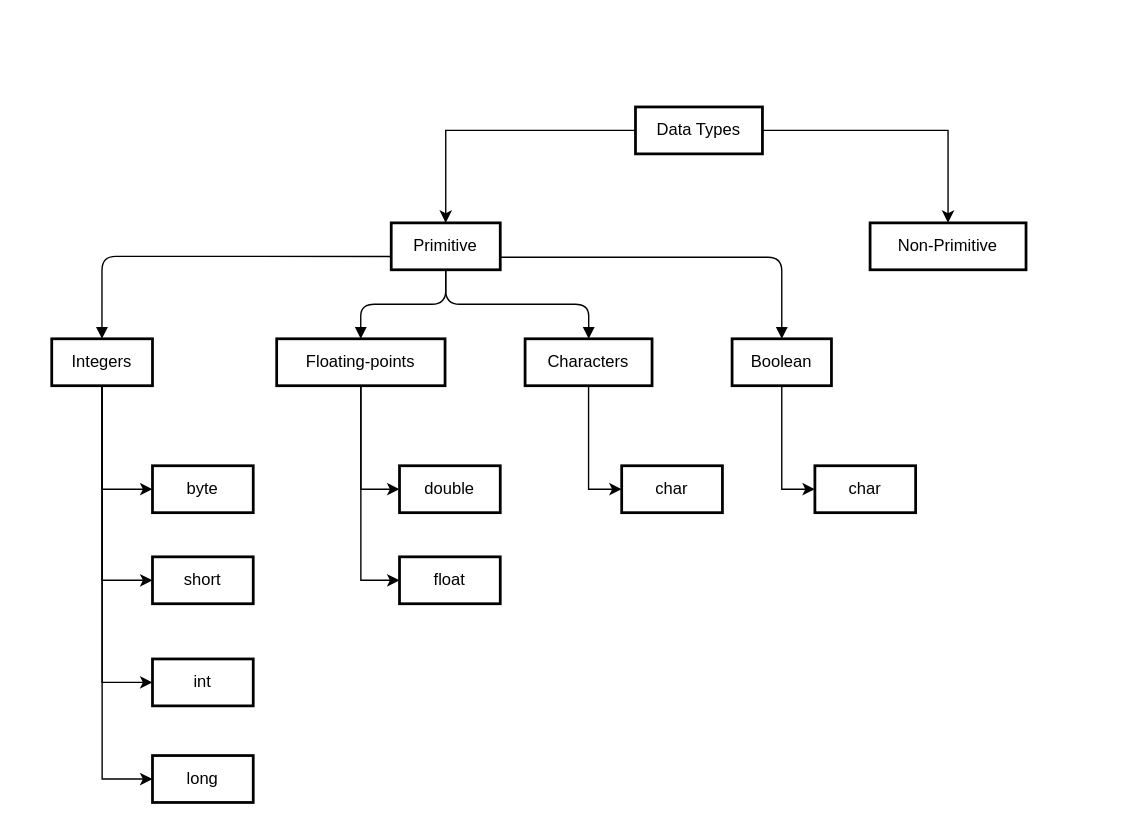
Before: Untitled Diagram.drawio in chitrasem/CodingWithChitra, a draw.io diagram. Source tidied: cells renumbered, new cells numbered last; positions are measured from the earlier drawing's top-left corner, leaving out a move shared by most shapes. Both pictures are drawn from the tidied source at 138%, with x=0, y=0 at pixel (51, 106).
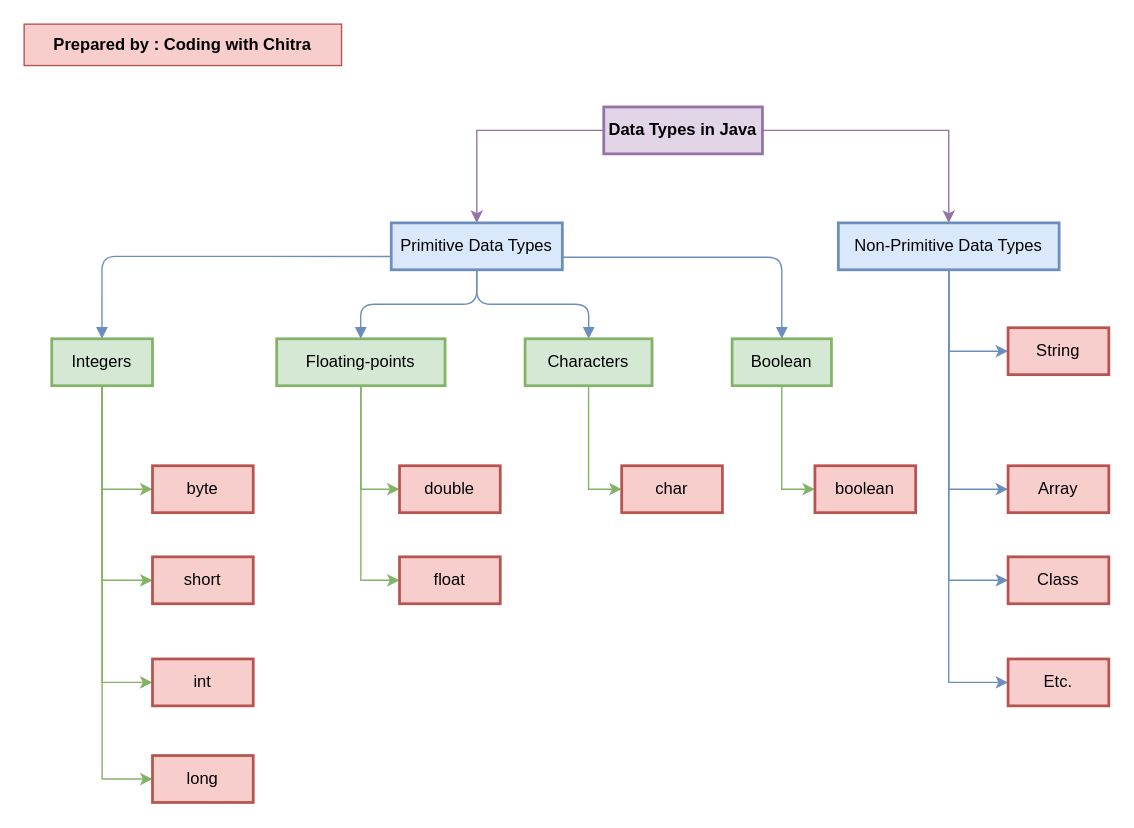
Above is the later version.

What changed in the source:
```diff
@@
-<mxGraphModel>
+<mxGraphModel background="#FFFFFF">
@@
-    <mxCell id="2" style="edgeStyle=orthogonalEdgeStyle;rounded=0;jettySize=auto;html=1;entryX=0.5;entryY=0;entryDx=0;entryDy=0;exitX=0;exitY=0.5;exitDx=0;exitDy=0;flowAnimation=1;" parent="1" edge="1" source="4" target="5">
+    <mxCell id="2" style="edgeStyle=orthogonalEdgeStyle;rounded=0;jettySize=auto;html=1;entryX=0.5;entryY=0;entryDx=0;entryDy=0;exitX=0;exitY=0.5;exitDx=0;exitDy=0;flowAnimation=1;fillColor=#e1d5e7;strokeColor=#9673a6;" parent="1" edge="1" source="4" target="5">
       <mxGeometry relative="1" as="geometry" />
     </mxCell>
-    <mxCell id="3" style="edgeStyle=orthogonalEdgeStyle;rounded=0;jettySize=auto;html=1;entryX=0.5;entryY=0;entryDx=0;entryDy=0;flowAnimation=1;" parent="1" edge="1" source="4" target="18">
+    <mxCell id="3" style="edgeStyle=orthogonalEdgeStyle;rounded=0;jettySize=auto;html=1;entryX=0.5;entryY=0;entryDx=0;entryDy=0;flowAnimation=1;fillColor=#e1d5e7;strokeColor=#9673a6;" parent="1" edge="1" source="4" target="18">
       <mxGeometry relative="1" as="geometry" />
     </mxCell>
-    <mxCell id="4" value="Data Types" style="whiteSpace=wrap;strokeWidth=2;" parent="1" vertex="1">
-      <mxGeometry x="423" width="92" height="34" as="geometry" />
+    <mxCell id="4" value="Data Types in Java" style="whiteSpace=wrap;strokeWidth=2;fillColor=#e1d5e7;strokeColor=#9673a6;fontStyle=1;" parent="1" vertex="1">
+      <mxGeometry x="400" width="115" height="34" as="geometry" />
     </mxCell>
-    <mxCell id="5" value="Primitive" style="whiteSpace=wrap;strokeWidth=2;" parent="1" vertex="1">
-      <mxGeometry x="246" y="84" width="79" height="34" as="geometry" />
+    <mxCell id="5" value="Primitive Data Types" style="whiteSpace=wrap;strokeWidth=2;fillColor=#dae8fc;strokeColor=#6c8ebf;" parent="1" vertex="1">
+      <mxGeometry x="246" y="84" width="124" height="34" as="geometry" />
     </mxCell>
-    <mxCell id="6" style="edgeStyle=orthogonalEdgeStyle;rounded=0;jettySize=auto;html=1;entryX=0;entryY=0.5;entryDx=0;entryDy=0;flowAnimation=1;" parent="1" edge="1" source="10" target="23">
+    <mxCell id="6" style="edgeStyle=orthogonalEdgeStyle;rounded=0;jettySize=auto;html=1;entryX=0;entryY=0.5;entryDx=0;entryDy=0;flowAnimation=1;fillColor=#d5e8d4;strokeColor=#82b366;" parent="1" edge="1" source="10" target="23">
       <mxGeometry relative="1" as="geometry" />
     </mxCell>
-    <mxCell id="7" style="edgeStyle=orthogonalEdgeStyle;rounded=0;jettySize=auto;html=1;entryX=0;entryY=0.5;entryDx=0;entryDy=0;flowAnimation=1;" parent="1" edge="1" source="10" target="24">
+    <mxCell id="7" style="edgeStyle=orthogonalEdgeStyle;rounded=0;jettySize=auto;html=1;entryX=0;entryY=0.5;entryDx=0;entryDy=0;flowAnimation=1;fillColor=#d5e8d4;strokeColor=#82b366;" parent="1" edge="1" source="10" target="24">
       <mxGeometry relative="1" as="geometry" />
     </mxCell>
-    <mxCell id="8" style="edgeStyle=orthogonalEdgeStyle;rounded=0;jettySize=auto;html=1;entryX=0;entryY=0.5;entryDx=0;entryDy=0;flowAnimation=1;" parent="1" edge="1" source="10" target="25">
+    <mxCell id="8" style="edgeStyle=orthogonalEdgeStyle;rounded=0;jettySize=auto;html=1;entryX=0;entryY=0.5;entryDx=0;entryDy=0;flowAnimation=1;fillColor=#d5e8d4;strokeColor=#82b366;" parent="1" edge="1" source="10" target="25">
       <mxGeometry relative="1" as="geometry" />
     </mxCell>
-    <mxCell id="9" style="edgeStyle=orthogonalEdgeStyle;rounded=0;jettySize=auto;html=1;entryX=0;entryY=0.5;entryDx=0;entryDy=0;flowAnimation=1;" parent="1" edge="1" source="10" target="26">
+    <mxCell id="9" style="edgeStyle=orthogonalEdgeStyle;rounded=0;jettySize=auto;html=1;entryX=0;entryY=0.5;entryDx=0;entryDy=0;flowAnimation=1;fillColor=#d5e8d4;strokeColor=#82b366;" parent="1" edge="1" source="10" target="26">
       <mxGeometry relative="1" as="geometry" />
     </mxCell>
-    <mxCell id="10" value="Integers" style="whiteSpace=wrap;strokeWidth=2;" parent="1" vertex="1">
+    <mxCell id="10" value="Integers" style="whiteSpace=wrap;strokeWidth=2;fillColor=#d5e8d4;strokeColor=#82b366;" parent="1" vertex="1">
       <mxGeometry y="168" width="73" height="34" as="geometry" />
     </mxCell>
-    <mxCell id="11" style="edgeStyle=orthogonalEdgeStyle;rounded=0;jettySize=auto;html=1;entryX=0;entryY=0.5;entryDx=0;entryDy=0;flowAnimation=1;" parent="1" edge="1" source="13" target="27">
+    <mxCell id="11" style="edgeStyle=orthogonalEdgeStyle;rounded=0;jettySize=auto;html=1;entryX=0;entryY=0.5;entryDx=0;entryDy=0;flowAnimation=1;fillColor=#d5e8d4;strokeColor=#82b366;" parent="1" edge="1" source="13" target="27">
       <mxGeometry relative="1" as="geometry" />
     </mxCell>
-    <mxCell id="12" style="edgeStyle=orthogonalEdgeStyle;rounded=0;jettySize=auto;html=1;entryX=0;entryY=0.5;entryDx=0;entryDy=0;flowAnimation=1;" parent="1" edge="1" source="13" target="28">
+    <mxCell id="12" style="edgeStyle=orthogonalEdgeStyle;rounded=0;jettySize=auto;html=1;entryX=0;entryY=0.5;entryDx=0;entryDy=0;flowAnimation=1;fillColor=#d5e8d4;strokeColor=#82b366;" parent="1" edge="1" source="13" target="28">
       <mxGeometry relative="1" as="geometry" />
     </mxCell>
-    <mxCell id="13" value="Floating-points" style="whiteSpace=wrap;strokeWidth=2;" parent="1" vertex="1">
+    <mxCell id="13" value="Floating-points" style="whiteSpace=wrap;strokeWidth=2;fillColor=#d5e8d4;strokeColor=#82b366;" parent="1" vertex="1">
       <mxGeometry x="163" y="168" width="122" height="34" as="geometry" />
     </mxCell>
-    <mxCell id="14" style="edgeStyle=orthogonalEdgeStyle;rounded=0;jettySize=auto;html=1;entryX=0;entryY=0.5;entryDx=0;entryDy=0;flowAnimation=1;" parent="1" edge="1" source="15" target="29">
+    <mxCell id="14" style="edgeStyle=orthogonalEdgeStyle;rounded=0;jettySize=auto;html=1;entryX=0;entryY=0.5;entryDx=0;entryDy=0;flowAnimation=1;fillColor=#d5e8d4;strokeColor=#82b366;" parent="1" edge="1" source="15" target="29">
       <mxGeometry relative="1" as="geometry" />
     </mxCell>
-    <mxCell id="15" value="Characters" style="whiteSpace=wrap;strokeWidth=2;" parent="1" vertex="1">
+    <mxCell id="15" value="Characters" style="whiteSpace=wrap;strokeWidth=2;fillColor=#d5e8d4;strokeColor=#82b366;" parent="1" vertex="1">
       <mxGeometry x="343" y="168" width="92" height="34" as="geometry" />
     </mxCell>
-    <mxCell id="16" style="edgeStyle=orthogonalEdgeStyle;rounded=0;jettySize=auto;html=1;entryX=0;entryY=0.5;entryDx=0;entryDy=0;flowAnimation=1;" parent="1" edge="1" source="17" target="30">
+    <mxCell id="16" style="edgeStyle=orthogonalEdgeStyle;rounded=0;jettySize=auto;html=1;entryX=0;entryY=0.5;entryDx=0;entryDy=0;flowAnimation=1;fillColor=#d5e8d4;strokeColor=#82b366;" parent="1" edge="1" source="17" target="30">
       <mxGeometry relative="1" as="geometry" />
     </mxCell>
-    <mxCell id="17" value="Boolean" style="whiteSpace=wrap;strokeWidth=2;" parent="1" vertex="1">
+    <mxCell id="17" value="Boolean" style="whiteSpace=wrap;strokeWidth=2;fillColor=#d5e8d4;strokeColor=#82b366;" parent="1" vertex="1">
       <mxGeometry x="493" y="168" width="72" height="34" as="geometry" />
     </mxCell>
+    <mxCell id="31" style="edgeStyle=orthogonalEdgeStyle;rounded=0;jettySize=auto;html=1;entryX=0;entryY=0.5;entryDx=0;entryDy=0;flowAnimation=1;fillColor=#dae8fc;strokeColor=#6c8ebf;" parent="1" edge="1" source="18" target="35">
+      <mxGeometry relative="1" as="geometry" />
+    </mxCell>
+    <mxCell id="32" style="edgeStyle=orthogonalEdgeStyle;rounded=0;jettySize=auto;html=1;entryX=0;entryY=0.5;entryDx=0;entryDy=0;flowAnimation=1;fillColor=#dae8fc;strokeColor=#6c8ebf;" parent="1" edge="1" source="18" target="36">
+      <mxGeometry relative="1" as="geometry" />
+    </mxCell>
+    <mxCell id="33" style="edgeStyle=orthogonalEdgeStyle;rounded=0;jettySize=auto;html=1;entryX=0;entryY=0.5;entryDx=0;entryDy=0;flowAnimation=1;fillColor=#dae8fc;strokeColor=#6c8ebf;" parent="1" edge="1" source="18" target="37">
+      <mxGeometry relative="1" as="geometry" />
+    </mxCell>
+    <mxCell id="34" style="edgeStyle=orthogonalEdgeStyle;rounded=0;jettySize=auto;html=1;entryX=0;entryY=0.5;entryDx=0;entryDy=0;flowAnimation=1;fillColor=#dae8fc;strokeColor=#6c8ebf;" parent="1" edge="1" source="18" target="38">
+      <mxGeometry relative="1" as="geometry" />
+    </mxCell>
-    <mxCell id="18" value="Non-Primitive" style="whiteSpace=wrap;strokeWidth=2;" parent="1" vertex="1">
-      <mxGeometry x="593" y="84" width="113" height="34" as="geometry" />
+    <mxCell id="18" value="Non-Primitive Data Types" style="whiteSpace=wrap;strokeWidth=2;fillColor=#dae8fc;strokeColor=#6c8ebf;" parent="1" vertex="1">
+      <mxGeometry x="570" y="84" width="160" height="34" as="geometry" />
     </mxCell>
-    <mxCell id="19" style="startArrow=none;endArrow=block;exitX=-0.0016877379598496836;exitY=0.7165497506518593;entryX=0.4982876712328767;entryY=0;edgeStyle=orthogonalEdgeStyle;flowAnimation=1;" parent="1" edge="1" source="5" target="10">
+    <mxCell id="19" style="startArrow=none;endArrow=block;exitX=-0.0016877379598496836;exitY=0.7165497506518593;entryX=0.4982876712328767;entryY=0;edgeStyle=orthogonalEdgeStyle;flowAnimation=1;fillColor=#dae8fc;strokeColor=#6c8ebf;" parent="1" edge="1" source="5" target="10">
       <mxGeometry relative="1" as="geometry" />
     </mxCell>
-    <mxCell id="20" style="startArrow=none;endArrow=block;exitX=0.5;exitY=1;entryX=0.4993169503133805;entryY=0;edgeStyle=orthogonalEdgeStyle;flowAnimation=1;exitDx=0;exitDy=0;" parent="1" edge="1" source="5" target="13">
+    <mxCell id="20" style="startArrow=none;endArrow=block;exitX=0.5;exitY=1;entryX=0.4993169503133805;entryY=0;edgeStyle=orthogonalEdgeStyle;flowAnimation=1;exitDx=0;exitDy=0;fillColor=#dae8fc;strokeColor=#6c8ebf;" parent="1" edge="1" source="5" target="13">
       <mxGeometry relative="1" as="geometry" />
     </mxCell>
-    <mxCell id="21" style="startArrow=none;endArrow=block;exitX=0.5;exitY=1;entryX=0.5010869814001996;entryY=0;edgeStyle=orthogonalEdgeStyle;flowAnimation=1;exitDx=0;exitDy=0;" parent="1" edge="1" source="5" target="15">
+    <mxCell id="21" style="startArrow=none;endArrow=block;exitX=0.5;exitY=1;entryX=0.5010869814001996;entryY=0;edgeStyle=orthogonalEdgeStyle;flowAnimation=1;exitDx=0;exitDy=0;fillColor=#dae8fc;strokeColor=#6c8ebf;" parent="1" edge="1" source="5" target="15">
       <mxGeometry relative="1" as="geometry" />
     </mxCell>
-    <mxCell id="22" style="startArrow=none;endArrow=block;exitX=1.001898753492138;exitY=0.7326139690858874;entryX=0.5003472434149848;entryY=0;edgeStyle=orthogonalEdgeStyle;flowAnimation=1;" parent="1" edge="1" source="5" target="17">
+    <mxCell id="22" style="startArrow=none;endArrow=block;exitX=1.001898753492138;exitY=0.7326139690858874;entryX=0.5003472434149848;entryY=0;edgeStyle=orthogonalEdgeStyle;flowAnimation=1;fillColor=#dae8fc;strokeColor=#6c8ebf;" parent="1" edge="1" source="5" target="17">
       <mxGeometry relative="1" as="geometry" />
     </mxCell>
-    <mxCell id="23" value="byte" style="whiteSpace=wrap;strokeWidth=2;" parent="1" vertex="1">
+    <mxCell id="23" value="byte" style="whiteSpace=wrap;strokeWidth=2;fillColor=#f8cecc;strokeColor=#b85450;" parent="1" vertex="1">
       <mxGeometry x="73" y="260" width="73" height="34" as="geometry" />
     </mxCell>
-    <mxCell id="24" value="short" style="whiteSpace=wrap;strokeWidth=2;" parent="1" vertex="1">
+    <mxCell id="24" value="short" style="whiteSpace=wrap;strokeWidth=2;fillColor=#f8cecc;strokeColor=#b85450;" parent="1" vertex="1">
       <mxGeometry x="73" y="326" width="73" height="34" as="geometry" />
     </mxCell>
-    <mxCell id="25" value="int" style="whiteSpace=wrap;strokeWidth=2;" parent="1" vertex="1">
+    <mxCell id="25" value="int" style="whiteSpace=wrap;strokeWidth=2;fillColor=#f8cecc;strokeColor=#b85450;" parent="1" vertex="1">
       <mxGeometry x="73" y="400" width="73" height="34" as="geometry" />
     </mxCell>
-    <mxCell id="26" value="long" style="whiteSpace=wrap;strokeWidth=2;" parent="1" vertex="1">
+    <mxCell id="26" value="long" style="whiteSpace=wrap;strokeWidth=2;fillColor=#f8cecc;strokeColor=#b85450;" parent="1" vertex="1">
       <mxGeometry x="73" y="470" width="73" height="34" as="geometry" />
     </mxCell>
-    <mxCell id="27" value="double" style="whiteSpace=wrap;strokeWidth=2;" parent="1" vertex="1">
+    <mxCell id="27" value="double" style="whiteSpace=wrap;strokeWidth=2;fillColor=#f8cecc;strokeColor=#b85450;" parent="1" vertex="1">
       <mxGeometry x="252" y="260" width="73" height="34" as="geometry" />
     </mxCell>
-    <mxCell id="28" value="float" style="whiteSpace=wrap;strokeWidth=2;" parent="1" vertex="1">
+    <mxCell id="28" value="float" style="whiteSpace=wrap;strokeWidth=2;fillColor=#f8cecc;strokeColor=#b85450;" parent="1" vertex="1">
       <mxGeometry x="252" y="326" width="73" height="34" as="geometry" />
     </mxCell>
-    <mxCell id="29" value="char" style="whiteSpace=wrap;strokeWidth=2;" parent="1" vertex="1">
+    <mxCell id="29" value="char" style="whiteSpace=wrap;strokeWidth=2;fillColor=#f8cecc;strokeColor=#b85450;" parent="1" vertex="1">
       <mxGeometry x="413" y="260" width="73" height="34" as="geometry" />
     </mxCell>
-    <mxCell id="30" value="char" style="whiteSpace=wrap;strokeWidth=2;" parent="1" vertex="1">
+    <mxCell id="30" value="boolean" style="whiteSpace=wrap;strokeWidth=2;fillColor=#f8cecc;strokeColor=#b85450;" parent="1" vertex="1">
       <mxGeometry x="553" y="260" width="73" height="34" as="geometry" />
     </mxCell>
+    <mxCell id="35" value="String" style="whiteSpace=wrap;strokeWidth=2;fillColor=#f8cecc;strokeColor=#b85450;" parent="1" vertex="1">
+      <mxGeometry x="693" y="160" width="73" height="34" as="geometry" />
+    </mxCell>
+    <mxCell id="36" value="Array" style="whiteSpace=wrap;strokeWidth=2;fillColor=#f8cecc;strokeColor=#b85450;" parent="1" vertex="1">
+      <mxGeometry x="693" y="260" width="73" height="34" as="geometry" />
+    </mxCell>
+    <mxCell id="37" value="Class" style="whiteSpace=wrap;strokeWidth=2;fillColor=#f8cecc;strokeColor=#b85450;" parent="1" vertex="1">
+      <mxGeometry x="693" y="326" width="73" height="34" as="geometry" />
+    </mxCell>
+    <mxCell id="38" value="Etc." style="whiteSpace=wrap;strokeWidth=2;fillColor=#f8cecc;strokeColor=#b85450;" parent="1" vertex="1">
+      <mxGeometry x="693" y="400" width="73" height="34" as="geometry" />
+    </mxCell>
+    <mxCell id="39" value="&lt;b&gt;Prepared by : Coding with Chitra&lt;/b&gt;" style="text;html=1;align=center;verticalAlign=middle;whiteSpace=wrap;rounded=0;fillColor=#f8cecc;strokeColor=#b85450;" parent="1" vertex="1">
+      <mxGeometry x="-20" y="-60" width="230" height="30" as="geometry" />
+    </mxCell>
```
